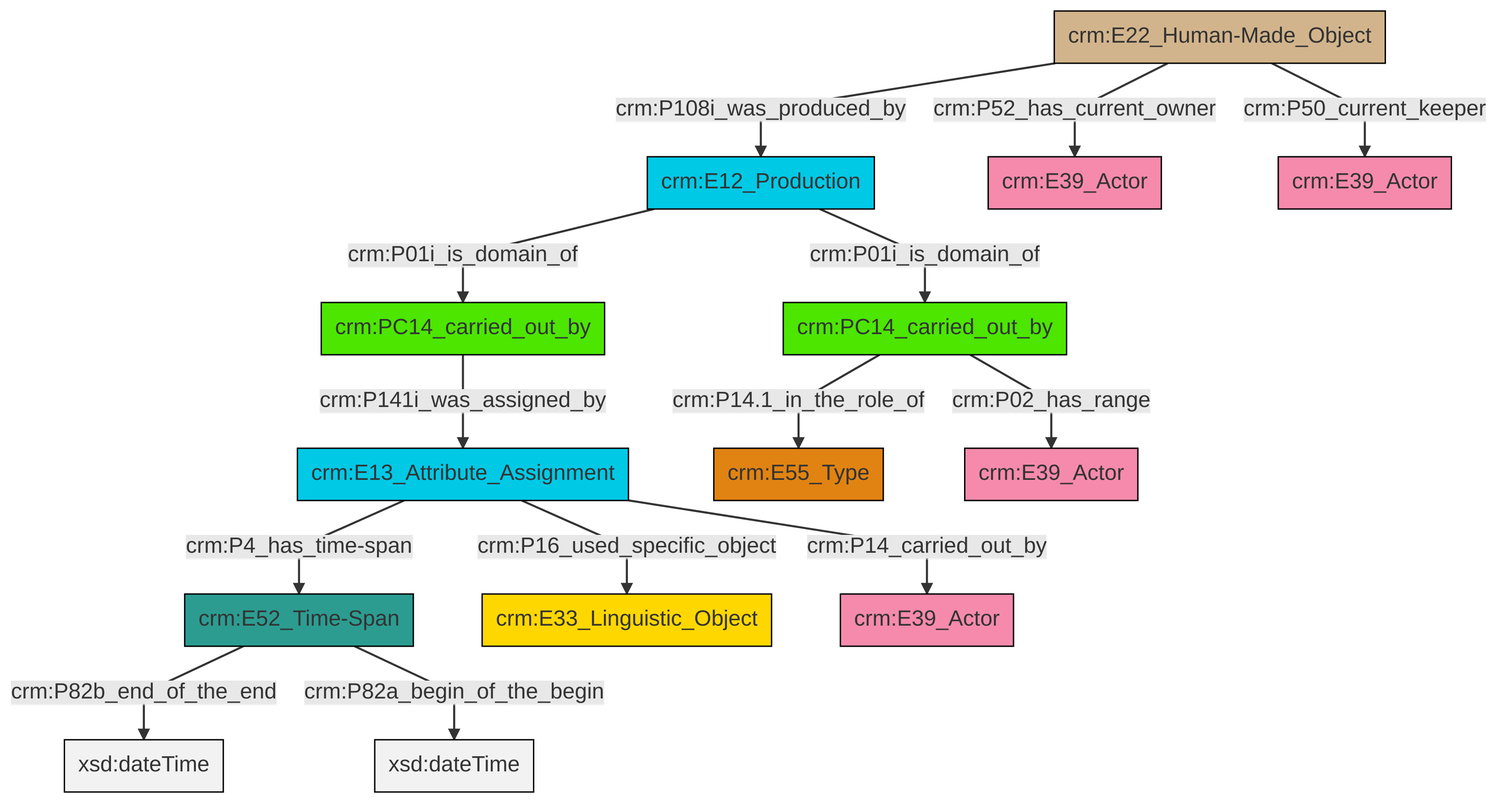
Above: et/carrierCSV/ttl/mmd/png/carrier_relations.png in swiss-art-research-net/docs.swissartresearch (Mermaid), before the change. Its source is kept beside it as et/carrierCSV/ttl/mmd/carrier_relations.ttl.mmd.
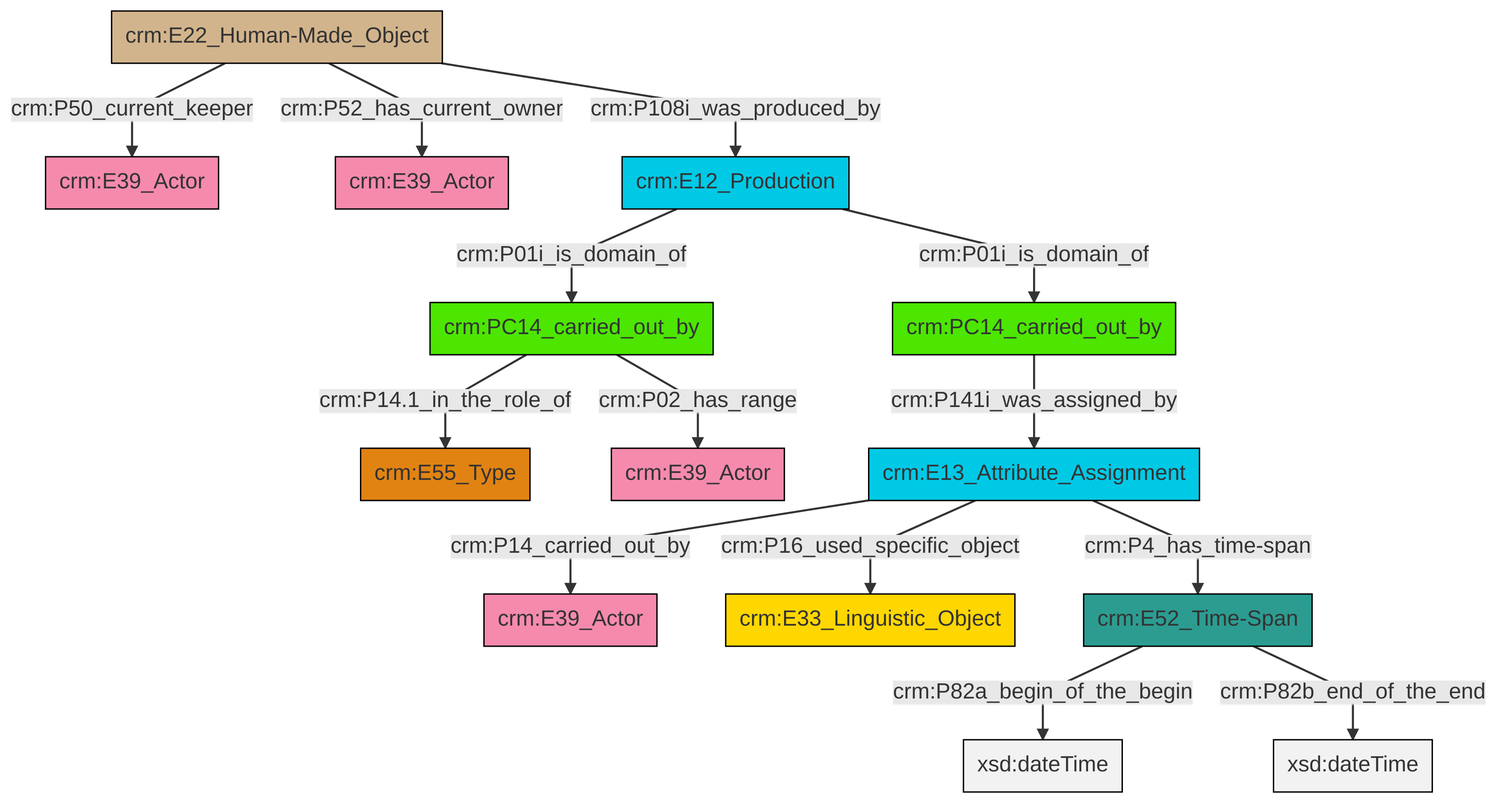
Above is the later version.

Diff of the diagram source:
```diff
@@ -13,16 +13,16 @@
 classDef PC_Classes fill:#4ce600, stroke:#000000;
 classDef Multi fill:#cccccc,stroke:#000000;
 
-0["crm:E52_Time-Span"]:::Time-Span -->|crm:P82b_end_of_the_end| 1[xsd:dateTime]:::Literal
-0["crm:E52_Time-Span"]:::Time-Span -->|crm:P82a_begin_of_the_begin| 4[xsd:dateTime]:::Literal
-7["crm:E22_Human-Made_Object"]:::Physical_Thing -->|crm:P108i_was_produced_by| 8["crm:E12_Production"]:::Temporal_Entity
-7["crm:E22_Human-Made_Object"]:::Physical_Thing -->|crm:P52_has_current_owner| 11["crm:E39_Actor"]:::Actor
-9["crm:E13_Attribute_Assignment"]:::Temporal_Entity -->|crm:P4_has_time-span| 0["crm:E52_Time-Span"]:::Time-Span
-8["crm:E12_Production"]:::Temporal_Entity -->|crm:P01i_is_domain_of| 5["crm:PC14_carried_out_by"]:::PC_Classes
-15["crm:PC14_carried_out_by"]:::PC_Classes -->|crm:P14.1_in_the_role_of| 18["crm:E55_Type"]:::Type
-15["crm:PC14_carried_out_by"]:::PC_Classes -->|crm:P02_has_range| 2["crm:E39_Actor"]:::Actor
-9["crm:E13_Attribute_Assignment"]:::Temporal_Entity -->|crm:P16_used_specific_object| 22["crm:E33_Linguistic_Object"]:::Conceptual_Object
-7["crm:E22_Human-Made_Object"]:::Physical_Thing -->|crm:P50_current_keeper| 13["crm:E39_Actor"]:::Actor
-9["crm:E13_Attribute_Assignment"]:::Temporal_Entity -->|crm:P14_carried_out_by| 19["crm:E39_Actor"]:::Actor
-5["crm:PC14_carried_out_by"]:::PC_Classes -->|crm:P141i_was_assigned_by| 9["crm:E13_Attribute_Assignment"]:::Temporal_Entity
-8["crm:E12_Production"]:::Temporal_Entity -->|crm:P01i_is_domain_of| 15["crm:PC14_carried_out_by"]:::PC_Classes
+0["crm:PC14_carried_out_by"]:::PC_Classes -->|crm:P14.1_in_the_role_of| 1["crm:E55_Type"]:::Type
+2["crm:E52_Time-Span"]:::Time-Span -->|crm:P82a_begin_of_the_begin| 3[xsd:dateTime]:::Literal
+4["crm:E13_Attribute_Assignment"]:::Temporal_Entity -->|crm:P14_carried_out_by| 5["crm:E39_Actor"]:::Actor
+4["crm:E13_Attribute_Assignment"]:::Temporal_Entity -->|crm:P16_used_specific_object| 6["crm:E33_Linguistic_Object"]:::Conceptual_Object
+7["crm:E22_Human-Made_Object"]:::Physical_Thing -->|crm:P50_current_keeper| 8["crm:E39_Actor"]:::Actor
+2["crm:E52_Time-Span"]:::Time-Span -->|crm:P82b_end_of_the_end| 9[xsd:dateTime]:::Literal
+11["crm:E12_Production"]:::Temporal_Entity -->|crm:P01i_is_domain_of| 0["crm:PC14_carried_out_by"]:::PC_Classes
+7["crm:E22_Human-Made_Object"]:::Physical_Thing -->|crm:P52_has_current_owner| 12["crm:E39_Actor"]:::Actor
+7["crm:E22_Human-Made_Object"]:::Physical_Thing -->|crm:P108i_was_produced_by| 11["crm:E12_Production"]:::Temporal_Entity
+4["crm:E13_Attribute_Assignment"]:::Temporal_Entity -->|crm:P4_has_time-span| 2["crm:E52_Time-Span"]:::Time-Span
+17["crm:PC14_carried_out_by"]:::PC_Classes -->|crm:P141i_was_assigned_by| 4["crm:E13_Attribute_Assignment"]:::Temporal_Entity
+0["crm:PC14_carried_out_by"]:::PC_Classes -->|crm:P02_has_range| 21["crm:E39_Actor"]:::Actor
+11["crm:E12_Production"]:::Temporal_Entity -->|crm:P01i_is_domain_of| 17["crm:PC14_carried_out_by"]:::PC_Classes
```
